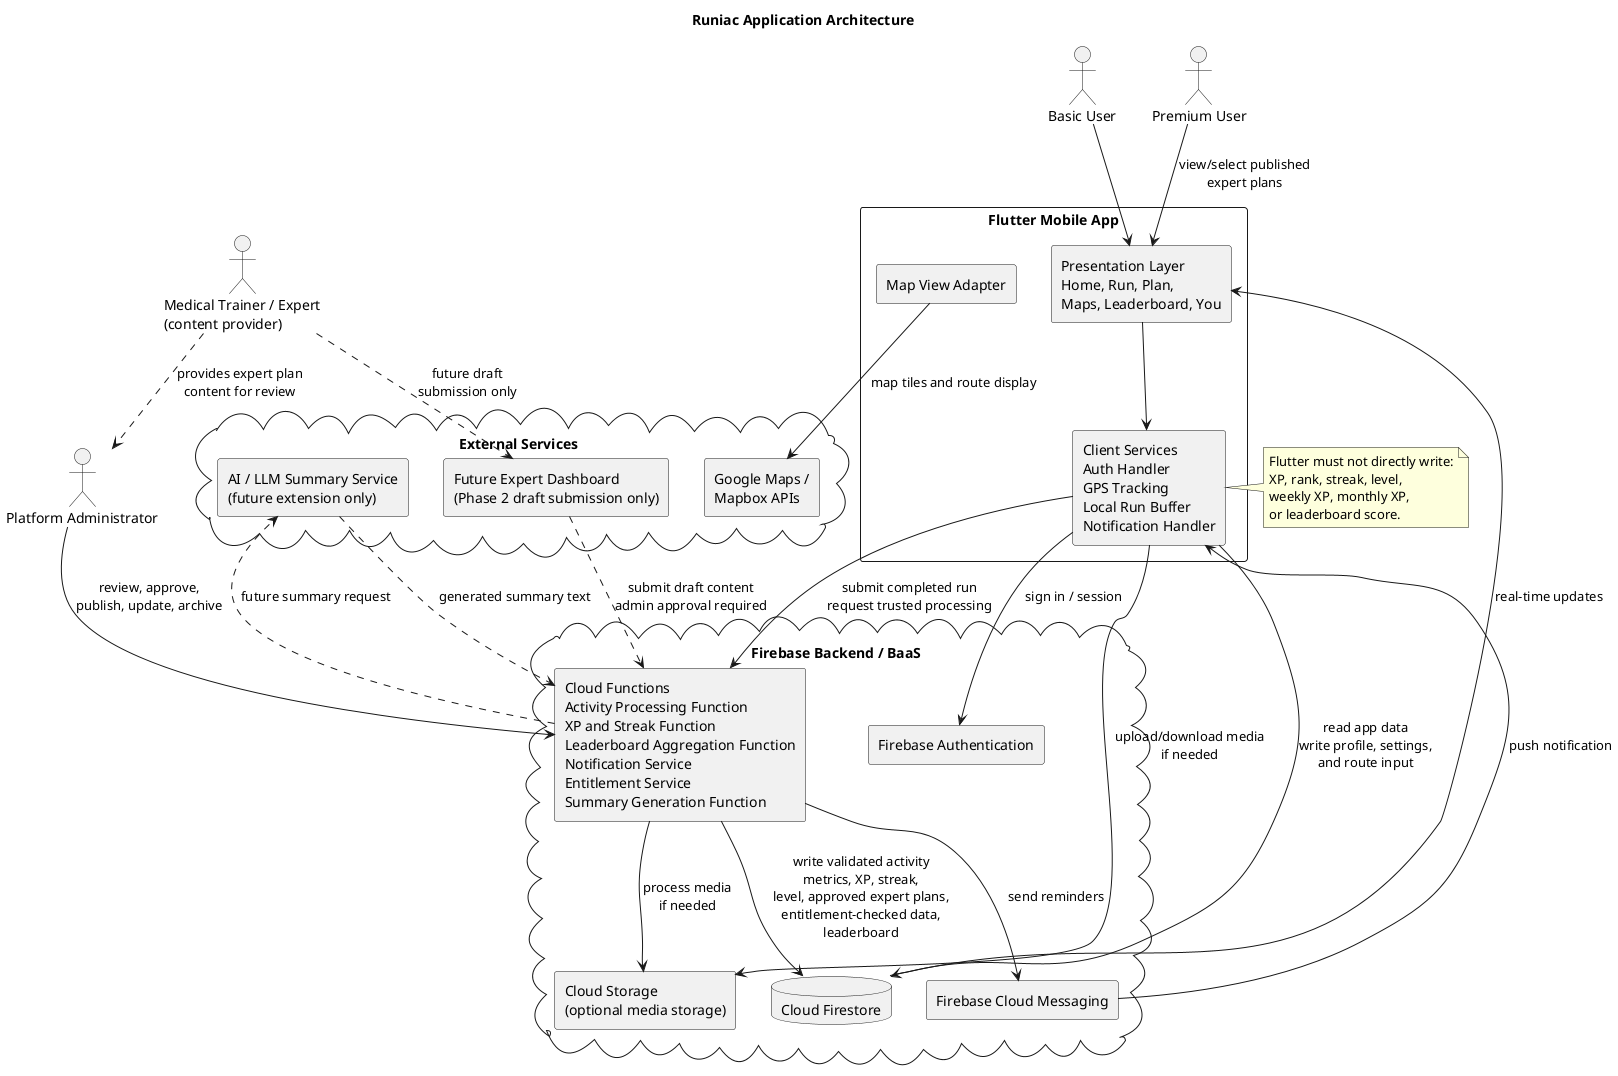
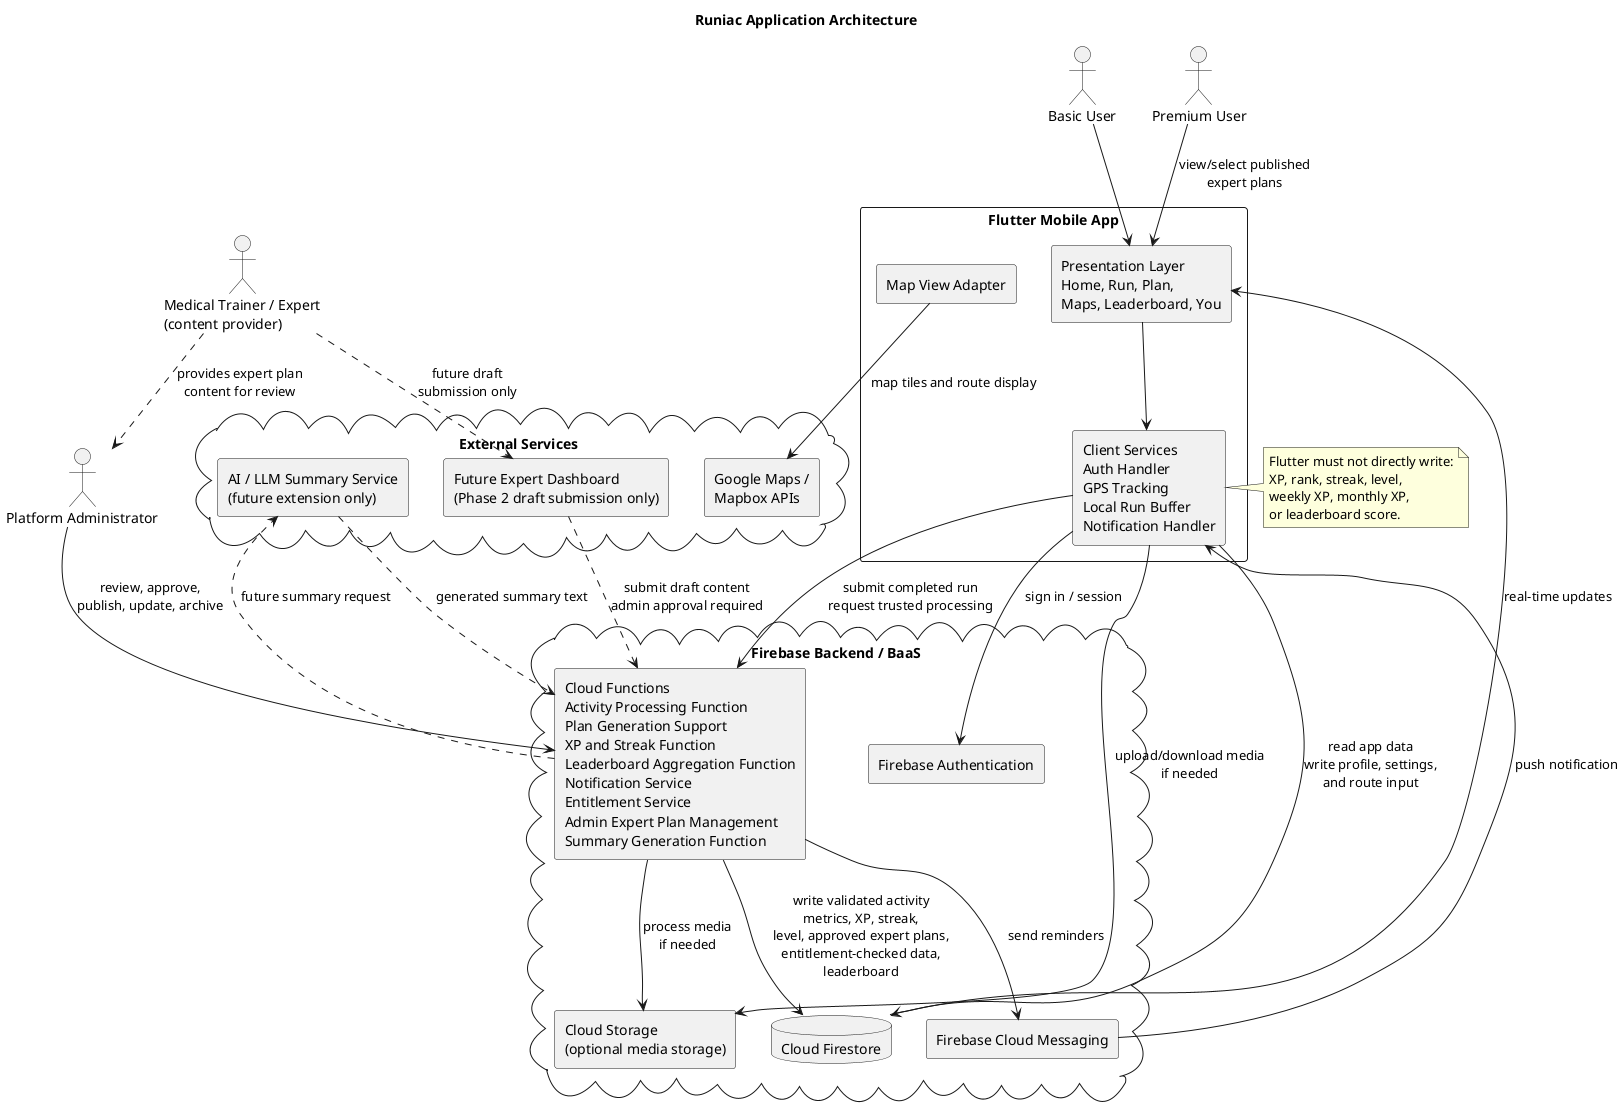
@startuml
title Runiac Application Architecture

skinparam componentStyle rectangle
skinparam shadowing false

actor "Basic User" as Basic
actor "Premium User" as Premium
actor "Platform Administrator" as Admin
actor "Medical Trainer / Expert\n(content provider)" as Expert

rectangle "Flutter Mobile App" as Flutter {
  component "Presentation Layer\nHome, Run, Plan,\nMaps, Leaderboard, You" as UI
  component "Client Services\nAuth Handler\nGPS Tracking\nLocal Run Buffer\nNotification Handler" as Client
  component "Map View Adapter" as MapAdapter
}

cloud "Firebase Backend / BaaS" as Firebase {
  component "Firebase Authentication" as Auth
  database "Cloud Firestore" as Firestore
-   component "Cloud Functions\nActivity Processing Function\nXP and Streak Function\nLeaderboard Aggregation Function\nNotification Service\nEntitlement Service\nSummary Generation Function" as Functions
+   component "Cloud Functions\nActivity Processing Function\nPlan Generation Support\nXP and Streak Function\nLeaderboard Aggregation Function\nNotification Service\nEntitlement Service\nAdmin Expert Plan Management\nSummary Generation Function" as Functions
  component "Firebase Cloud Messaging" as FCM
  component "Cloud Storage\n(optional media storage)" as Storage
}

cloud "External Services" as External {
  component "Google Maps /\nMapbox APIs" as Maps
  component "AI / LLM Summary Service\n(future extension only)" as AI
  component "Future Expert Dashboard\n(Phase 2 draft submission only)" as ExpertDash
}

Basic --> UI
Premium --> UI : view/select published\nexpert plans
Admin --> Functions : review, approve,\npublish, update, archive
Expert ..> Admin : provides expert plan\ncontent for review
Expert ..> ExpertDash : future draft\nsubmission only
ExpertDash ..> Functions : submit draft content\nadmin approval required

UI --> Client
Client --> Auth : sign in / session
Client --> Firestore : read app data\nwrite profile, settings,\nand route input
Client --> Functions : submit completed run\nrequest trusted processing
MapAdapter --> Maps : map tiles and route display

Functions --> Firestore : write validated activity\nmetrics, XP, streak,\nlevel, approved expert plans,\nentitlement-checked data,\nleaderboard
Functions --> FCM : send reminders
FCM --> Client : push notification

Client --> Storage : upload/download media\nif needed
Functions --> Storage : process media\nif needed

Functions ..> AI : future summary request
AI ..> Functions : generated summary text

Firestore --> UI : real-time updates

note right of Client
Flutter must not directly write:
XP, rank, streak, level,
weekly XP, monthly XP,
or leaderboard score.
end note

@enduml
